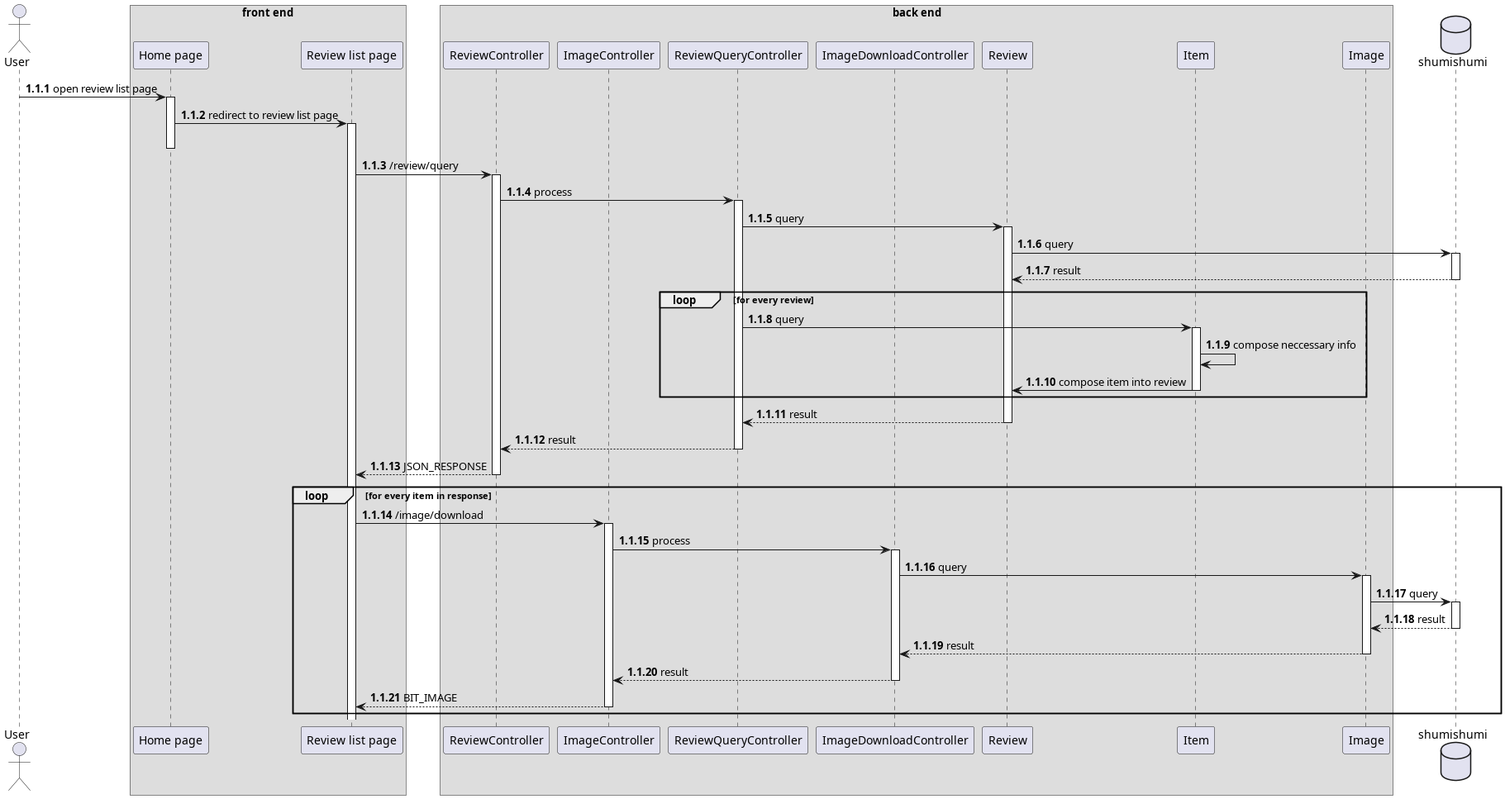
Before: thesis/latex/diagram/sequence diagram/16. review/view user review/view user review list.png, a diagram exported from PlantUML (aldihsuhandi/skripsi-2023).
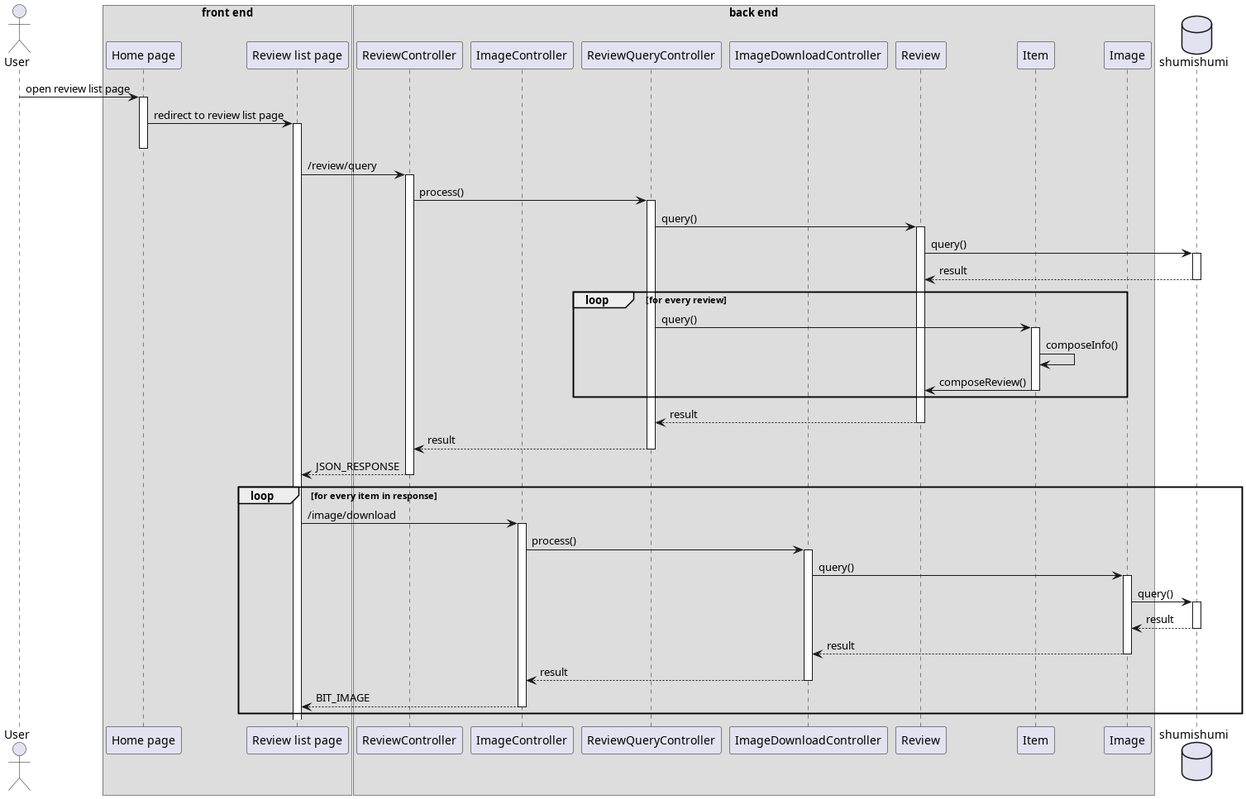
The same diagram one commit later.

What changed in the source:
```diff
@@ -1,5 +1,4 @@
 @startuml template
-autonumber 1.1.1
 
 actor User as u
 
@@ -27,16 +26,16 @@
 home -> rlist ++-- : redirect to review list page
 
 rlist -> rc++ : /review/query
-rc -> reproc++ : process
+rc -> reproc++ : process()
 
-reproc -> rm++ : query
-rm -> db++ : query
+reproc -> rm++ : query()
+rm -> db++ : query()
 return result
 
 loop for every review
-reproc -> im++ : query
-im -> im : compose neccessary info
-im -> rm : compose item into review
+reproc -> im++ : query()
+im -> im : composeInfo()
+im -> rm : composeReview()
 deactivate im
 end
 return result
@@ -45,9 +44,9 @@
 
 loop for every item in response
     rlist -> imc++ : /image/download
-    imc -> downproc++ : process
-    downproc -> img++ : query
-    img -> db++ : query
+    imc -> downproc++ : process()
+    downproc -> img++ : query()
+    img -> db++ : query()
     return result
     return result
     return result
```
